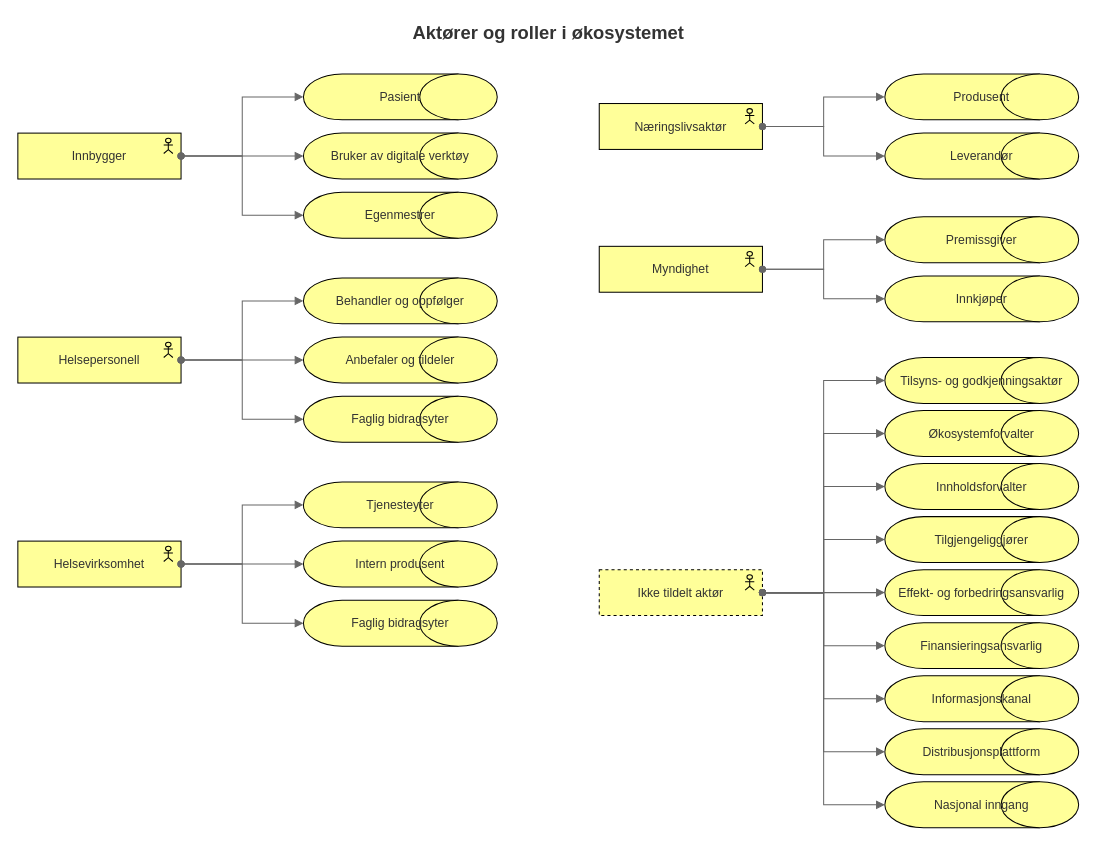
Before: page "actors-roles" (3 of 3) of docs/business/prosess.drawio in hdir/Digital-Forstelinje, a draw.io diagram. Source tidied: cells renumbered, new cells numbered last; positions are measured from the earlier drawing's top-left corner, leaving out a move shared by most shapes. Both pictures are drawn from the tidied source at 102%, with x=0, y=0 at pixel (17, 17).
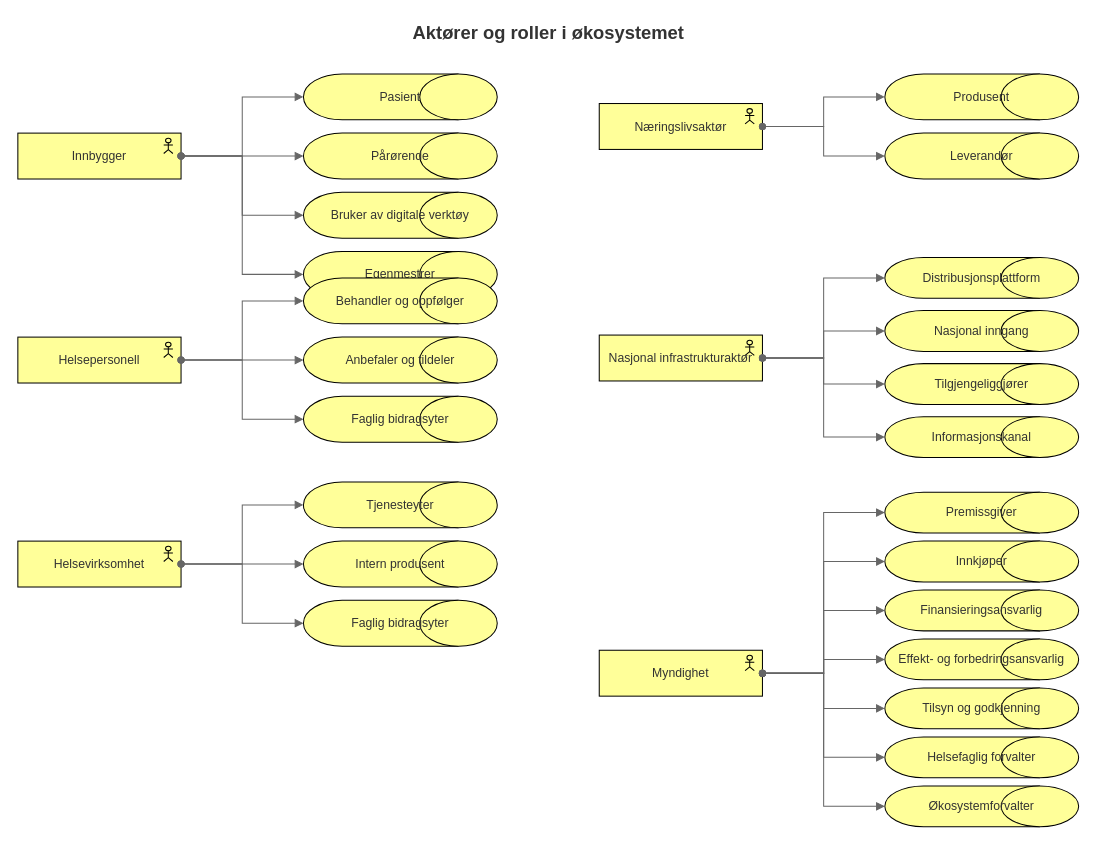
The same diagram, later.

Commit message:
oppdatert aktør rolle drawio

The change refers to these unchanged cells:
```xml
<mxCell id="3" value="Innbygger" style="html=1;outlineConnect=0;whiteSpace=wrap;fillColor=#ffff99;fontColor=#333333;shape=mxgraph.archimate3.application;appType=actor;archiType=square;" parent="1" vertex="1">
  <mxGeometry y="113" width="160" height="45" as="geometry" />
</mxCell>
```

Change to the diagram source:
```diff
@@
+    <mxCell id="53" value="Pårørende" style="html=1;outlineConnect=0;whiteSpace=wrap;fillColor=#ffff99;fontColor=#333333;shape=mxgraph.archimate3.role;" parent="1" vertex="1">
+      <mxGeometry x="280" y="113" width="190" height="45" as="geometry" />
+    </mxCell>
     <mxCell id="5" value="Bruker av digitale verktøy" style="html=1;outlineConnect=0;whiteSpace=wrap;fillColor=#ffff99;fontColor=#333333;shape=mxgraph.archimate3.role;" parent="1" vertex="1">
-      <mxGeometry x="280" y="113" width="190" height="45" as="geometry" />
+      <mxGeometry x="280" y="171" width="190" height="45" as="geometry" />
     </mxCell>
     <mxCell id="6" value="Egenmestrer" style="html=1;outlineConnect=0;whiteSpace=wrap;fillColor=#ffff99;fontColor=#333333;shape=mxgraph.archimate3.role;" parent="1" vertex="1">
-      <mxGeometry x="280" y="171" width="190" height="45" as="geometry" />
+      <mxGeometry x="280" y="229" width="190" height="45" as="geometry" />
     </mxCell>
@@
+    <mxCell id="54" value="Nasjonal infrastrukturaktør" style="html=1;outlineConnect=0;whiteSpace=wrap;fillColor=#ffff99;fontColor=#333333;shape=mxgraph.archimate3.application;appType=actor;archiType=square;" parent="1" vertex="1">
+      <mxGeometry x="570" y="311" width="160" height="45" as="geometry" />
+    </mxCell>
+    <mxCell id="29" value="Distribusjonsplattform" style="html=1;outlineConnect=0;whiteSpace=wrap;fillColor=#ffff99;fontColor=#333333;shape=mxgraph.archimate3.role;" parent="1" vertex="1">
+      <mxGeometry x="850" y="235" width="190" height="40" as="geometry" />
+    </mxCell>
+    <mxCell id="30" value="Nasjonal inngang" style="html=1;outlineConnect=0;whiteSpace=wrap;fillColor=#ffff99;fontColor=#333333;shape=mxgraph.archimate3.role;" parent="1" vertex="1">
+      <mxGeometry x="850" y="287" width="190" height="40" as="geometry" />
+    </mxCell>
+    <mxCell id="25" value="Tilgjengeliggjører" style="html=1;outlineConnect=0;whiteSpace=wrap;fillColor=#ffff99;fontColor=#333333;shape=mxgraph.archimate3.role;" parent="1" vertex="1">
+      <mxGeometry x="850" y="339" width="190" height="40" as="geometry" />
+    </mxCell>
+    <mxCell id="28" value="Informasjonskanal" style="html=1;outlineConnect=0;whiteSpace=wrap;fillColor=#ffff99;fontColor=#333333;shape=mxgraph.archimate3.role;" parent="1" vertex="1">
+      <mxGeometry x="850" y="391" width="190" height="40" as="geometry" />
+    </mxCell>
     <mxCell id="18" value="Myndighet" style="html=1;outlineConnect=0;whiteSpace=wrap;fillColor=#ffff99;fontColor=#333333;shape=mxgraph.archimate3.application;appType=actor;archiType=square;" parent="1" vertex="1">
-      <mxGeometry x="570" y="224" width="160" height="45" as="geometry" />
+      <mxGeometry x="570" y="620" width="160" height="45" as="geometry" />
     </mxCell>
     <mxCell id="19" value="Premissgiver" style="html=1;outlineConnect=0;whiteSpace=wrap;fillColor=#ffff99;fontColor=#333333;shape=mxgraph.archimate3.role;" parent="1" vertex="1">
-      <mxGeometry x="850" y="195" width="190" height="45" as="geometry" />
+      <mxGeometry x="850" y="465" width="190" height="40" as="geometry" />
     </mxCell>
     <mxCell id="20" value="Innkjøper" style="html=1;outlineConnect=0;whiteSpace=wrap;fillColor=#ffff99;fontColor=#333333;shape=mxgraph.archimate3.role;" parent="1" vertex="1">
-      <mxGeometry x="850" y="253" width="190" height="45" as="geometry" />
+      <mxGeometry x="850" y="513" width="190" height="40" as="geometry" />
     </mxCell>
-    <mxCell id="21" value="Ikke tildelt aktør" style="html=1;outlineConnect=0;whiteSpace=wrap;fillColor=#ffff99;fontColor=#333333;shape=mxgraph.archimate3.application;appType=actor;archiType=square;dashed=1;" parent="1" vertex="1">
-      <mxGeometry x="570" y="541" width="160" height="45" as="geometry" />
-    </mxCell>
+    <mxCell id="27" value="Finansieringsansvarlig" style="html=1;outlineConnect=0;whiteSpace=wrap;fillColor=#ffff99;fontColor=#333333;shape=mxgraph.archimate3.role;" parent="1" vertex="1">
+      <mxGeometry x="850" y="561" width="190" height="40" as="geometry" />
+    </mxCell>
+    <mxCell id="26" value="Effekt- og forbedringsansvarlig" style="html=1;outlineConnect=0;whiteSpace=wrap;fillColor=#ffff99;fontColor=#333333;shape=mxgraph.archimate3.role;" parent="1" vertex="1">
+      <mxGeometry x="850" y="609" width="190" height="40" as="geometry" />
+    </mxCell>
-    <mxCell id="22" value="Tilsyns- og godkjenningsaktør" style="html=1;outlineConnect=0;whiteSpace=wrap;fillColor=#ffff99;fontColor=#333333;shape=mxgraph.archimate3.role;" parent="1" vertex="1">
-      <mxGeometry x="850" y="333" width="190" height="45" as="geometry" />
+    <mxCell id="22" value="Tilsyn og godkjenning" style="html=1;outlineConnect=0;whiteSpace=wrap;fillColor=#ffff99;fontColor=#333333;shape=mxgraph.archimate3.role;" parent="1" vertex="1">
+      <mxGeometry x="850" y="657" width="190" height="40" as="geometry" />
     </mxCell>
+    <mxCell id="24" value="Helsefaglig forvalter" style="html=1;outlineConnect=0;whiteSpace=wrap;fillColor=#ffff99;fontColor=#333333;shape=mxgraph.archimate3.role;" parent="1" vertex="1">
+      <mxGeometry x="850" y="705" width="190" height="40" as="geometry" />
+    </mxCell>
     <mxCell id="23" value="Økosystemforvalter" style="html=1;outlineConnect=0;whiteSpace=wrap;fillColor=#ffff99;fontColor=#333333;shape=mxgraph.archimate3.role;" parent="1" vertex="1">
-      <mxGeometry x="850" y="385" width="190" height="45" as="geometry" />
+      <mxGeometry x="850" y="753" width="190" height="40" as="geometry" />
     </mxCell>
-    <mxCell id="24" value="Innholdsforvalter" style="html=1;outlineConnect=0;whiteSpace=wrap;fillColor=#ffff99;fontColor=#333333;shape=mxgraph.archimate3.role;" parent="1" vertex="1">
-      <mxGeometry x="850" y="437" width="190" height="45" as="geometry" />
-    </mxCell>
-    <mxCell id="25" value="Tilgjengeliggjører" style="html=1;outlineConnect=0;whiteSpace=wrap;fillColor=#ffff99;fontColor=#333333;shape=mxgraph.archimate3.role;" parent="1" vertex="1">
-      <mxGeometry x="850" y="489" width="190" height="45" as="geometry" />
-    </mxCell>
-    <mxCell id="26" value="Effekt- og forbedringsansvarlig" style="html=1;outlineConnect=0;whiteSpace=wrap;fillColor=#ffff99;fontColor=#333333;shape=mxgraph.archimate3.role;" parent="1" vertex="1">
-      <mxGeometry x="850" y="541" width="190" height="45" as="geometry" />
-    </mxCell>
-    <mxCell id="27" value="Finansieringsansvarlig" style="html=1;outlineConnect=0;whiteSpace=wrap;fillColor=#ffff99;fontColor=#333333;shape=mxgraph.archimate3.role;" parent="1" vertex="1">
-      <mxGeometry x="850" y="593" width="190" height="45" as="geometry" />
-    </mxCell>
-    <mxCell id="28" value="Informasjonskanal" style="html=1;outlineConnect=0;whiteSpace=wrap;fillColor=#ffff99;fontColor=#333333;shape=mxgraph.archimate3.role;" parent="1" vertex="1">
-      <mxGeometry x="850" y="645" width="190" height="45" as="geometry" />
-    </mxCell>
-    <mxCell id="29" value="Distribusjonsplattform" style="html=1;outlineConnect=0;whiteSpace=wrap;fillColor=#ffff99;fontColor=#333333;shape=mxgraph.archimate3.role;" parent="1" vertex="1">
-      <mxGeometry x="850" y="697" width="190" height="45" as="geometry" />
-    </mxCell>
-    <mxCell id="30" value="Nasjonal inngang" style="html=1;outlineConnect=0;whiteSpace=wrap;fillColor=#ffff99;fontColor=#333333;shape=mxgraph.archimate3.role;" parent="1" vertex="1">
-      <mxGeometry x="850" y="749" width="190" height="45" as="geometry" />
-    </mxCell>
@@
+    <mxCell id="55" style="edgeStyle=orthogonalEdgeStyle;rounded=0;html=1;startArrow=oval;startFill=1;endArrow=block;endFill=1;strokeColor=#666666;exitX=1;exitY=0.5;exitDx=0;exitDy=0;exitPerimeter=0;entryX=0;entryY=0.5;entryDx=0;entryDy=0;entryPerimeter=0;" parent="1" edge="1" source="3" target="53">
+      <mxGeometry relative="1" as="geometry" />
+    </mxCell>
@@
-    <mxCell id="44" style="edgeStyle=orthogonalEdgeStyle;rounded=0;html=1;startArrow=oval;startFill=1;endArrow=block;endFill=1;strokeColor=#666666;exitX=1;exitY=0.5;exitDx=0;exitDy=0;exitPerimeter=0;entryX=0;entryY=0.5;entryDx=0;entryDy=0;entryPerimeter=0;" parent="1" edge="1" source="21" target="22">
+    <mxCell id="44" style="edgeStyle=orthogonalEdgeStyle;rounded=0;html=1;startArrow=oval;startFill=1;endArrow=block;endFill=1;strokeColor=#666666;exitX=1;exitY=0.5;exitDx=0;exitDy=0;exitPerimeter=0;entryX=0;entryY=0.5;entryDx=0;entryDy=0;entryPerimeter=0;" parent="1" edge="1" source="54" target="29">
       <mxGeometry relative="1" as="geometry" />
     </mxCell>
-    <mxCell id="45" style="edgeStyle=orthogonalEdgeStyle;rounded=0;html=1;startArrow=oval;startFill=1;endArrow=block;endFill=1;strokeColor=#666666;exitX=1;exitY=0.5;exitDx=0;exitDy=0;exitPerimeter=0;entryX=0;entryY=0.5;entryDx=0;entryDy=0;entryPerimeter=0;" parent="1" edge="1" source="21" target="23">
+    <mxCell id="45" style="edgeStyle=orthogonalEdgeStyle;rounded=0;html=1;startArrow=oval;startFill=1;endArrow=block;endFill=1;strokeColor=#666666;exitX=1;exitY=0.5;exitDx=0;exitDy=0;exitPerimeter=0;entryX=0;entryY=0.5;entryDx=0;entryDy=0;entryPerimeter=0;" parent="1" edge="1" source="54" target="30">
       <mxGeometry relative="1" as="geometry" />
     </mxCell>
-    <mxCell id="46" style="edgeStyle=orthogonalEdgeStyle;rounded=0;html=1;startArrow=oval;startFill=1;endArrow=block;endFill=1;strokeColor=#666666;exitX=1;exitY=0.5;exitDx=0;exitDy=0;exitPerimeter=0;entryX=0;entryY=0.5;entryDx=0;entryDy=0;entryPerimeter=0;" parent="1" edge="1" source="21" target="24">
+    <mxCell id="46" style="edgeStyle=orthogonalEdgeStyle;rounded=0;html=1;startArrow=oval;startFill=1;endArrow=block;endFill=1;strokeColor=#666666;exitX=1;exitY=0.5;exitDx=0;exitDy=0;exitPerimeter=0;entryX=0;entryY=0.5;entryDx=0;entryDy=0;entryPerimeter=0;" parent="1" edge="1" source="54" target="25">
       <mxGeometry relative="1" as="geometry" />
     </mxCell>
-    <mxCell id="47" style="edgeStyle=orthogonalEdgeStyle;rounded=0;html=1;startArrow=oval;startFill=1;endArrow=block;endFill=1;strokeColor=#666666;exitX=1;exitY=0.5;exitDx=0;exitDy=0;exitPerimeter=0;entryX=0;entryY=0.5;entryDx=0;entryDy=0;entryPerimeter=0;" parent="1" edge="1" source="21" target="25">
+    <mxCell id="47" style="edgeStyle=orthogonalEdgeStyle;rounded=0;html=1;startArrow=oval;startFill=1;endArrow=block;endFill=1;strokeColor=#666666;exitX=1;exitY=0.5;exitDx=0;exitDy=0;exitPerimeter=0;entryX=0;entryY=0.5;entryDx=0;entryDy=0;entryPerimeter=0;" parent="1" edge="1" source="54" target="28">
       <mxGeometry relative="1" as="geometry" />
     </mxCell>
-    <mxCell id="48" style="edgeStyle=orthogonalEdgeStyle;rounded=0;html=1;startArrow=oval;startFill=1;endArrow=block;endFill=1;strokeColor=#666666;exitX=1;exitY=0.5;exitDx=0;exitDy=0;exitPerimeter=0;entryX=0;entryY=0.5;entryDx=0;entryDy=0;entryPerimeter=0;" parent="1" edge="1" source="21" target="26">
+    <mxCell id="48" style="edgeStyle=orthogonalEdgeStyle;rounded=0;html=1;startArrow=oval;startFill=1;endArrow=block;endFill=1;strokeColor=#666666;exitX=1;exitY=0.5;exitDx=0;exitDy=0;exitPerimeter=0;entryX=0;entryY=0.5;entryDx=0;entryDy=0;entryPerimeter=0;" parent="1" edge="1" source="18" target="27">
       <mxGeometry relative="1" as="geometry" />
     </mxCell>
-    <mxCell id="49" style="edgeStyle=orthogonalEdgeStyle;rounded=0;html=1;startArrow=oval;startFill=1;endArrow=block;endFill=1;strokeColor=#666666;exitX=1;exitY=0.5;exitDx=0;exitDy=0;exitPerimeter=0;entryX=0;entryY=0.5;entryDx=0;entryDy=0;entryPerimeter=0;" parent="1" edge="1" source="21" target="27">
+    <mxCell id="49" style="edgeStyle=orthogonalEdgeStyle;rounded=0;html=1;startArrow=oval;startFill=1;endArrow=block;endFill=1;strokeColor=#666666;exitX=1;exitY=0.5;exitDx=0;exitDy=0;exitPerimeter=0;entryX=0;entryY=0.5;entryDx=0;entryDy=0;entryPerimeter=0;" parent="1" edge="1" source="18" target="26">
       <mxGeometry relative="1" as="geometry" />
     </mxCell>
-    <mxCell id="50" style="edgeStyle=orthogonalEdgeStyle;rounded=0;html=1;startArrow=oval;startFill=1;endArrow=block;endFill=1;strokeColor=#666666;exitX=1;exitY=0.5;exitDx=0;exitDy=0;exitPerimeter=0;entryX=0;entryY=0.5;entryDx=0;entryDy=0;entryPerimeter=0;" parent="1" edge="1" source="21" target="28">
+    <mxCell id="50" style="edgeStyle=orthogonalEdgeStyle;rounded=0;html=1;startArrow=oval;startFill=1;endArrow=block;endFill=1;strokeColor=#666666;exitX=1;exitY=0.5;exitDx=0;exitDy=0;exitPerimeter=0;entryX=0;entryY=0.5;entryDx=0;entryDy=0;entryPerimeter=0;" parent="1" edge="1" source="18" target="22">
       <mxGeometry relative="1" as="geometry" />
     </mxCell>
-    <mxCell id="51" style="edgeStyle=orthogonalEdgeStyle;rounded=0;html=1;startArrow=oval;startFill=1;endArrow=block;endFill=1;strokeColor=#666666;exitX=1;exitY=0.5;exitDx=0;exitDy=0;exitPerimeter=0;entryX=0;entryY=0.5;entryDx=0;entryDy=0;entryPerimeter=0;" parent="1" edge="1" source="21" target="29">
+    <mxCell id="51" style="edgeStyle=orthogonalEdgeStyle;rounded=0;html=1;startArrow=oval;startFill=1;endArrow=block;endFill=1;strokeColor=#666666;exitX=1;exitY=0.5;exitDx=0;exitDy=0;exitPerimeter=0;entryX=0;entryY=0.5;entryDx=0;entryDy=0;entryPerimeter=0;" parent="1" edge="1" source="18" target="24">
       <mxGeometry relative="1" as="geometry" />
     </mxCell>
-    <mxCell id="52" style="edgeStyle=orthogonalEdgeStyle;rounded=0;html=1;startArrow=oval;startFill=1;endArrow=block;endFill=1;strokeColor=#666666;exitX=1;exitY=0.5;exitDx=0;exitDy=0;exitPerimeter=0;entryX=0;entryY=0.5;entryDx=0;entryDy=0;entryPerimeter=0;" parent="1" edge="1" source="21" target="30">
+    <mxCell id="52" style="edgeStyle=orthogonalEdgeStyle;rounded=0;html=1;startArrow=oval;startFill=1;endArrow=block;endFill=1;strokeColor=#666666;exitX=1;exitY=0.5;exitDx=0;exitDy=0;exitPerimeter=0;entryX=0;entryY=0.5;entryDx=0;entryDy=0;entryPerimeter=0;" parent="1" edge="1" source="18" target="23">
       <mxGeometry relative="1" as="geometry" />
     </mxCell>
```
